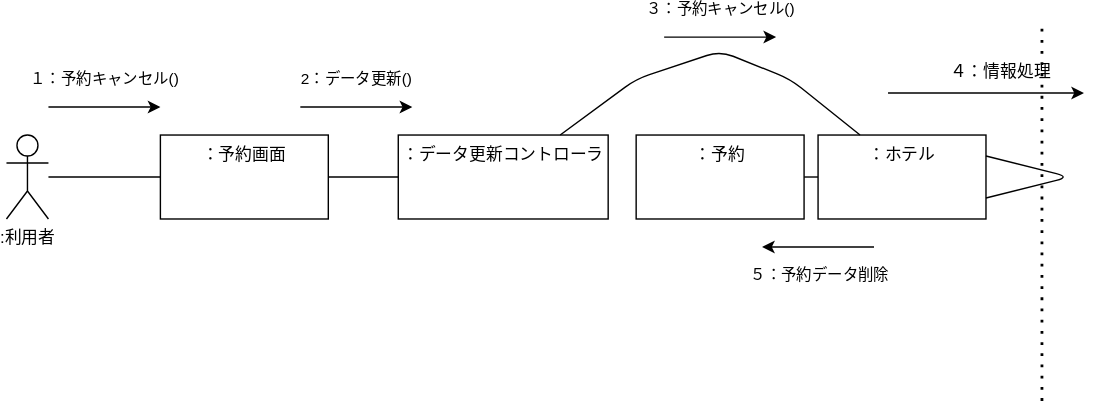
Earlier version of the draw.io export 演習５-2_CD_予約登録削除.drawio.svg (itouayumu/uml-introduction-). Source tidied: cells renumbered, new cells last; positions are measured from the earlier drawing's top-left corner, leaving out a move shared by most shapes. The source it was exported from:
```xml
<mxGraphModel>
  <root>
    <mxCell id="0" />
    <mxCell id="1" parent="0" />
    <mxCell id="2" style="edgeStyle=none;html=1;endArrow=none;endFill=0;" parent="1" edge="1" source="3" target="5">
      <mxGeometry relative="1" as="geometry" />
    </mxCell>
    <mxCell id="3" value=":利用者" style="shape=umlActor;verticalLabelPosition=bottom;verticalAlign=top;html=1;outlineConnect=0;" parent="1" vertex="1">
      <mxGeometry y="80" width="30" height="60" as="geometry" />
    </mxCell>
    <mxCell id="4" style="edgeStyle=none;html=1;endArrow=none;endFill=0;" parent="1" edge="1" source="5" target="6">
      <mxGeometry relative="1" as="geometry" />
    </mxCell>
    <mxCell id="5" value="：予約画面" style="whiteSpace=wrap;html=1;verticalAlign=top;" parent="1" vertex="1">
      <mxGeometry x="110" y="80" width="120" height="60" as="geometry" />
    </mxCell>
    <mxCell id="6" value="：データ更新コントローラ" style="whiteSpace=wrap;html=1;verticalAlign=top;" parent="1" vertex="1">
      <mxGeometry x="280" y="80" width="150" height="60" as="geometry" />
    </mxCell>
    <mxCell id="7" style="edgeStyle=none;html=1;endArrow=none;endFill=0;" parent="1" edge="1" source="8" target="9">
      <mxGeometry relative="1" as="geometry" />
    </mxCell>
    <mxCell id="8" value="：予約" style="whiteSpace=wrap;html=1;verticalAlign=top;" parent="1" vertex="1">
      <mxGeometry x="450" y="80" width="120" height="60" as="geometry" />
    </mxCell>
    <mxCell id="9" value="：ホテル" style="whiteSpace=wrap;html=1;verticalAlign=top;" parent="1" vertex="1">
      <mxGeometry x="580" y="80" width="120" height="60" as="geometry" />
    </mxCell>
    <mxCell id="10" style="endArrow=none;html=1;entryX=1;entryY=0.25;entryDx=0;entryDy=0;exitX=1;exitY=0.75;exitDx=0;exitDy=0;" parent="1" edge="1" source="9" target="9">
      <mxGeometry relative="1" as="geometry">
        <Array as="points">
          <mxPoint x="760" y="110" />
        </Array>
      </mxGeometry>
    </mxCell>
    <mxCell id="11" style="endArrow=none;html=1;entryX=0.25;entryY=0;entryDx=0;entryDy=0;" parent="1" edge="1" source="6" target="9">
      <mxGeometry relative="1" as="geometry">
        <Array as="points">
          <mxPoint x="450" y="40" />
          <mxPoint x="510" y="20" />
          <mxPoint x="560" y="40" />
        </Array>
      </mxGeometry>
    </mxCell>
    <mxCell id="12" style="endArrow=classic;html=1;" parent="1" edge="1">
      <mxGeometry relative="1" as="geometry">
        <mxPoint x="30" y="60" as="sourcePoint" />
        <mxPoint x="110" y="60" as="targetPoint" />
      </mxGeometry>
    </mxCell>
    <mxCell id="13" value="１：予約キャンセル()" style="edgeLabel;html=1;align=center;verticalAlign=middle;" parent="12" vertex="1">
      <mxGeometry x="0.28" y="-1" relative="1" as="geometry">
        <mxPoint x="-11" y="-21" as="offset" />
      </mxGeometry>
    </mxCell>
    <mxCell id="14" style="endArrow=classic;html=1;" parent="1" edge="1">
      <mxGeometry relative="1" as="geometry">
        <mxPoint x="210" y="60" as="sourcePoint" />
        <mxPoint x="290" y="60" as="targetPoint" />
      </mxGeometry>
    </mxCell>
    <mxCell id="15" value="2：データ更新()" style="edgeLabel;html=1;align=center;verticalAlign=middle;" parent="14" vertex="1">
      <mxGeometry x="0.28" y="-1" relative="1" as="geometry">
        <mxPoint x="-11" y="-21" as="offset" />
      </mxGeometry>
    </mxCell>
    <mxCell id="16" style="endArrow=classic;html=1;" parent="1" edge="1">
      <mxGeometry relative="1" as="geometry">
        <mxPoint x="470" y="10" as="sourcePoint" />
        <mxPoint x="550" y="10" as="targetPoint" />
      </mxGeometry>
    </mxCell>
    <mxCell id="17" value="３：予約キャンセル()" style="edgeLabel;html=1;align=center;verticalAlign=middle;" parent="16" vertex="1">
      <mxGeometry x="0.28" y="-1" relative="1" as="geometry">
        <mxPoint x="-11" y="-21" as="offset" />
      </mxGeometry>
    </mxCell>
    <mxCell id="18" style="endArrow=none;dashed=1;html=1;dashPattern=1 3;strokeWidth=2;" parent="1" edge="1">
      <mxGeometry relative="1" as="geometry">
        <mxPoint x="740" y="270" as="sourcePoint" />
        <mxPoint x="740" as="targetPoint" />
      </mxGeometry>
    </mxCell>
    <mxCell id="19" value="４：情報処理" style="text;html=1;align=center;verticalAlign=middle;strokeColor=none;fillColor=none;" parent="1" vertex="1">
      <mxGeometry x="660" y="20" width="100" height="30" as="geometry" />
    </mxCell>
    <mxCell id="20" style="endArrow=classic;html=1;" parent="1" edge="1">
      <mxGeometry relative="1" as="geometry">
        <mxPoint x="630" y="50" as="sourcePoint" />
        <mxPoint x="770" y="50" as="targetPoint" />
      </mxGeometry>
    </mxCell>
    <mxCell id="21" style="endArrow=classic;html=1;" parent="1" edge="1">
      <mxGeometry relative="1" as="geometry">
        <mxPoint x="620" y="160" as="sourcePoint" />
        <mxPoint x="540" y="160" as="targetPoint" />
      </mxGeometry>
    </mxCell>
    <mxCell id="22" value="５：予約データ削除" style="edgeLabel;html=1;align=center;verticalAlign=middle;" parent="21" vertex="1">
      <mxGeometry x="-0.44" y="1" relative="1" as="geometry">
        <mxPoint x="-17" y="19" as="offset" />
      </mxGeometry>
    </mxCell>
  </root>
</mxGraphModel>
```
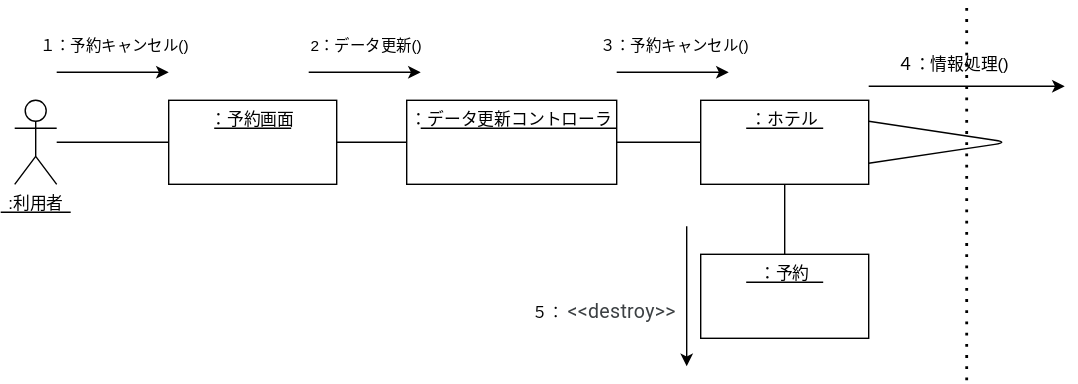
The same diagram one commit later.

What changed in the source:
```diff
@@ -21,27 +21,18 @@
       <mxGeometry relative="1" as="geometry" />
     </mxCell>
     <mxCell id="8" value="：予約" style="whiteSpace=wrap;html=1;verticalAlign=top;" parent="1" vertex="1">
-      <mxGeometry x="450" y="80" width="120" height="60" as="geometry" />
+      <mxGeometry x="490" y="190" width="120" height="60" as="geometry" />
     </mxCell>
     <mxCell id="9" value="：ホテル" style="whiteSpace=wrap;html=1;verticalAlign=top;" parent="1" vertex="1">
-      <mxGeometry x="580" y="80" width="120" height="60" as="geometry" />
+      <mxGeometry x="490" y="80" width="120" height="60" as="geometry" />
     </mxCell>
     <mxCell id="10" style="endArrow=none;html=1;entryX=1;entryY=0.25;entryDx=0;entryDy=0;exitX=1;exitY=0.75;exitDx=0;exitDy=0;" parent="1" edge="1" source="9" target="9">
       <mxGeometry relative="1" as="geometry">
         <Array as="points">
-          <mxPoint x="760" y="110" />
+          <mxPoint x="710" y="110" />
         </Array>
       </mxGeometry>
     </mxCell>
-    <mxCell id="11" style="endArrow=none;html=1;entryX=0.25;entryY=0;entryDx=0;entryDy=0;" parent="1" edge="1" source="6" target="9">
-      <mxGeometry relative="1" as="geometry">
-        <Array as="points">
-          <mxPoint x="450" y="40" />
-          <mxPoint x="510" y="20" />
-          <mxPoint x="560" y="40" />
-        </Array>
-      </mxGeometry>
-    </mxCell>
     <mxCell id="12" style="endArrow=classic;html=1;" parent="1" edge="1">
       <mxGeometry relative="1" as="geometry">
         <mxPoint x="30" y="60" as="sourcePoint" />
@@ -66,8 +57,8 @@
     </mxCell>
     <mxCell id="16" style="endArrow=classic;html=1;" parent="1" edge="1">
       <mxGeometry relative="1" as="geometry">
-        <mxPoint x="470" y="10" as="sourcePoint" />
-        <mxPoint x="550" y="10" as="targetPoint" />
+        <mxPoint x="430" y="60" as="sourcePoint" />
+        <mxPoint x="510" y="60" as="targetPoint" />
       </mxGeometry>
     </mxCell>
     <mxCell id="17" value="３：予約キャンセル()" style="edgeLabel;html=1;align=center;verticalAlign=middle;" parent="16" vertex="1">
@@ -77,29 +68,62 @@
     </mxCell>
     <mxCell id="18" style="endArrow=none;dashed=1;html=1;dashPattern=1 3;strokeWidth=2;" parent="1" edge="1">
       <mxGeometry relative="1" as="geometry">
-        <mxPoint x="740" y="270" as="sourcePoint" />
-        <mxPoint x="740" as="targetPoint" />
+        <mxPoint x="680" y="280" as="sourcePoint" />
+        <mxPoint x="680" y="10" as="targetPoint" />
       </mxGeometry>
     </mxCell>
-    <mxCell id="19" value="４：情報処理" style="text;html=1;align=center;verticalAlign=middle;strokeColor=none;fillColor=none;" parent="1" vertex="1">
-      <mxGeometry x="660" y="20" width="100" height="30" as="geometry" />
+    <mxCell id="19" value="４：情報処理()" style="text;html=1;align=center;verticalAlign=middle;strokeColor=none;fillColor=none;" parent="1" vertex="1">
+      <mxGeometry x="620" y="40" width="100" height="30" as="geometry" />
     </mxCell>
     <mxCell id="20" style="endArrow=classic;html=1;" parent="1" edge="1">
       <mxGeometry relative="1" as="geometry">
-        <mxPoint x="630" y="50" as="sourcePoint" />
-        <mxPoint x="770" y="50" as="targetPoint" />
+        <mxPoint x="610" y="70" as="sourcePoint" />
+        <mxPoint x="750" y="70" as="targetPoint" />
       </mxGeometry>
     </mxCell>
     <mxCell id="21" style="endArrow=classic;html=1;" parent="1" edge="1">
       <mxGeometry relative="1" as="geometry">
-        <mxPoint x="620" y="160" as="sourcePoint" />
-        <mxPoint x="540" y="160" as="targetPoint" />
+        <mxPoint x="480" y="170" as="sourcePoint" />
+        <mxPoint x="480" y="270" as="targetPoint" />
       </mxGeometry>
     </mxCell>
-    <mxCell id="22" value="５：予約データ削除" style="edgeLabel;html=1;align=center;verticalAlign=middle;" parent="21" vertex="1">
+    <mxCell id="22" value="５：&lt;span style=&quot;color: rgb(60, 64, 67); font-family: Roboto, Arial, sans-serif; font-size: 14px; letter-spacing: 0.2px; text-align: start;&quot;&gt;&amp;lt;&amp;lt;destroy&amp;gt;&amp;gt;&lt;/span&gt;" style="edgeLabel;html=1;align=center;verticalAlign=middle;" parent="21" vertex="1">
       <mxGeometry x="-0.44" y="1" relative="1" as="geometry">
-        <mxPoint x="-17" y="19" as="offset" />
+        <mxPoint x="-61" y="32" as="offset" />
       </mxGeometry>
     </mxCell>
+    <mxCell id="23" style="endArrow=none;html=1;" parent="1" edge="1">
+      <mxGeometry relative="1" as="geometry">
+        <mxPoint x="-10" y="160" as="sourcePoint" />
+        <mxPoint x="40" y="160" as="targetPoint" />
+      </mxGeometry>
+    </mxCell>
+    <mxCell id="11" style="endArrow=none;html=1;exitX=1;exitY=0.5;exitDx=0;exitDy=0;entryX=0;entryY=0.5;entryDx=0;entryDy=0;" parent="1" edge="1" source="6" target="9">
+      <mxGeometry relative="1" as="geometry" />
+    </mxCell>
+    <mxCell id="24" style="endArrow=none;html=1;" parent="1" edge="1">
+      <mxGeometry relative="1" as="geometry">
+        <mxPoint x="142.5" y="100" as="sourcePoint" />
+        <mxPoint x="197.5" y="100" as="targetPoint" />
+      </mxGeometry>
+    </mxCell>
+    <mxCell id="25" style="endArrow=none;html=1;" parent="1" edge="1">
+      <mxGeometry relative="1" as="geometry">
+        <mxPoint x="290" y="100" as="sourcePoint" />
+        <mxPoint x="430" y="100" as="targetPoint" />
+      </mxGeometry>
+    </mxCell>
+    <mxCell id="26" style="endArrow=none;html=1;" parent="1" edge="1">
+      <mxGeometry relative="1" as="geometry">
+        <mxPoint x="522.5" y="100" as="sourcePoint" />
+        <mxPoint x="577.5" y="100" as="targetPoint" />
+      </mxGeometry>
+    </mxCell>
+    <mxCell id="27" style="endArrow=none;html=1;" parent="1" edge="1">
+      <mxGeometry relative="1" as="geometry">
+        <mxPoint x="522.5" y="210" as="sourcePoint" />
+        <mxPoint x="577.5" y="210" as="targetPoint" />
+      </mxGeometry>
+    </mxCell>
   </root>
 </mxGraphModel>
```
